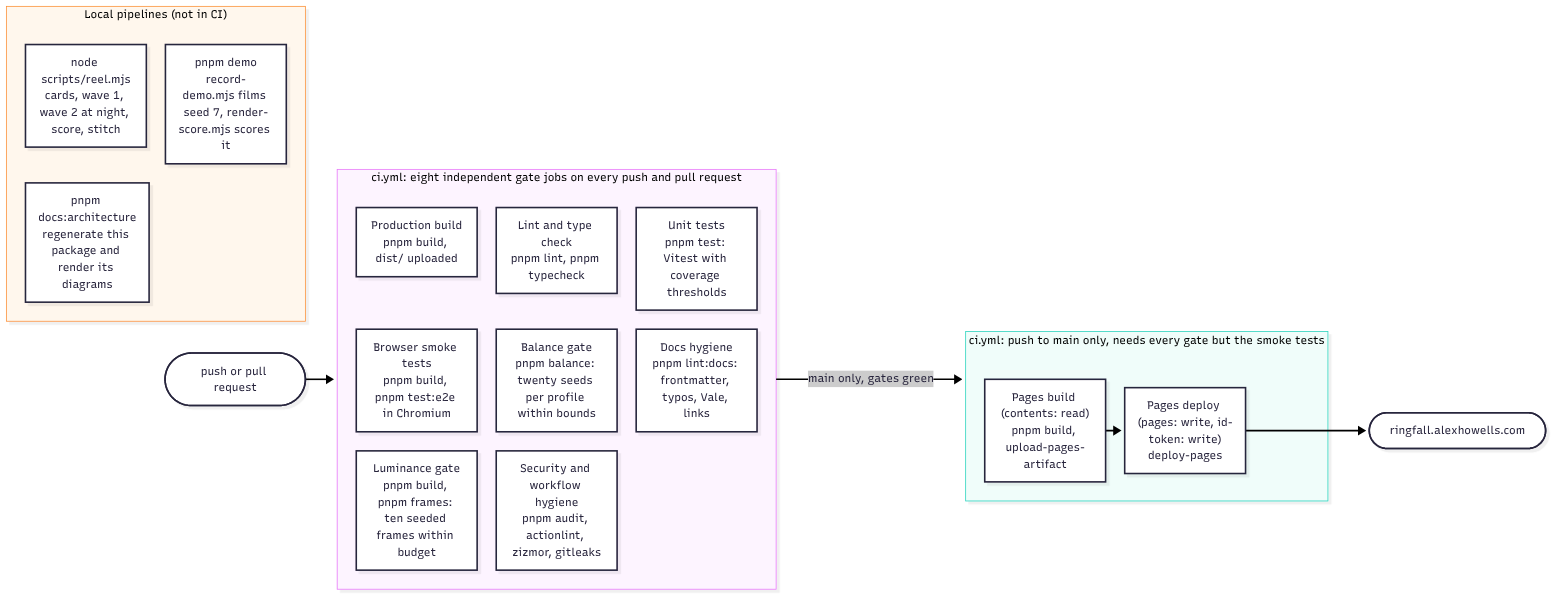
agh/ringfall keeps this Mermaid diagram as docs/architecture/render/build.png. Above is the earlier version. Its source is kept beside it as docs/architecture/diagrams/build.mmd.
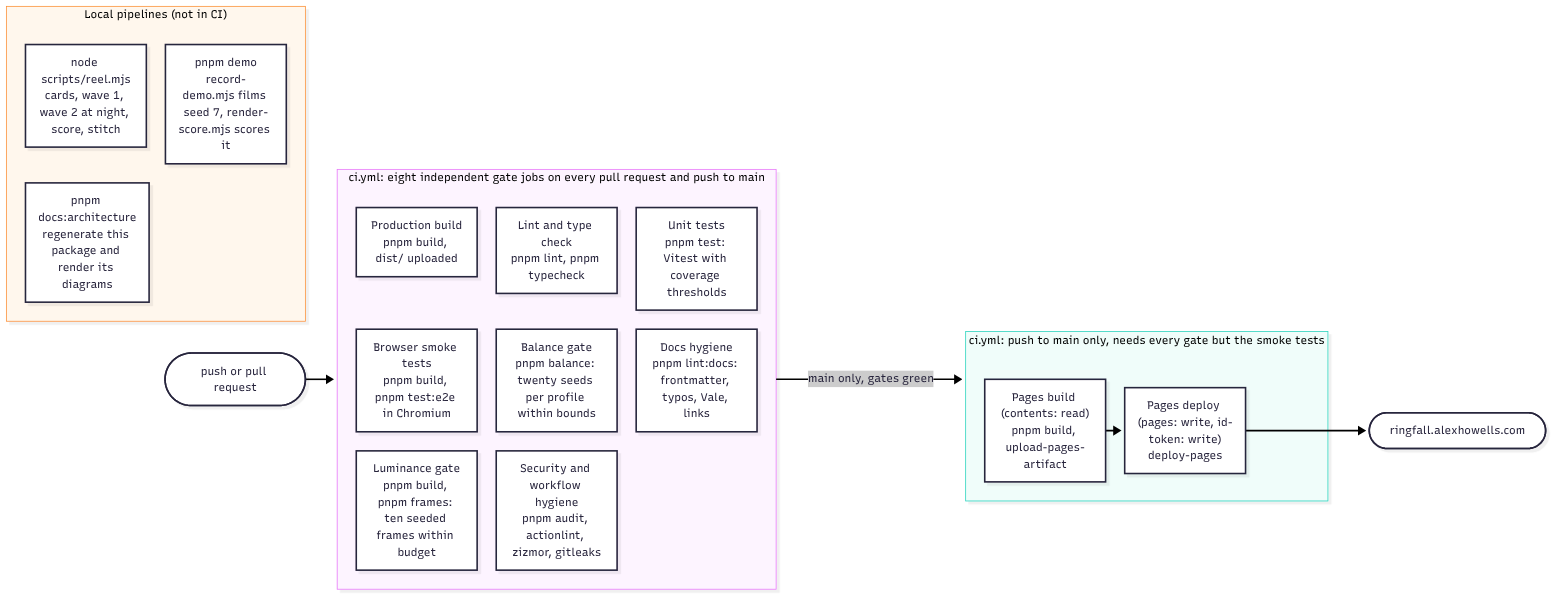
Later version of the same file.

The edit, as a diff of the source:
```diff
@@ -1,7 +1,7 @@
 %%{init: {"flowchart": {"curve": "basis"}} }%%
 flowchart LR
   push(["push or pull request"])
-  subgraph ciwf["ci.yml: eight independent gate jobs on every push and pull request"]
+  subgraph ciwf["ci.yml: eight independent gate jobs on every pull request and push to main"]
     direction TB
     lint["Lint and type check<br/>pnpm lint, pnpm typecheck"]
     unit["Unit tests<br/>pnpm test: Vitest with coverage thresholds"]
```
